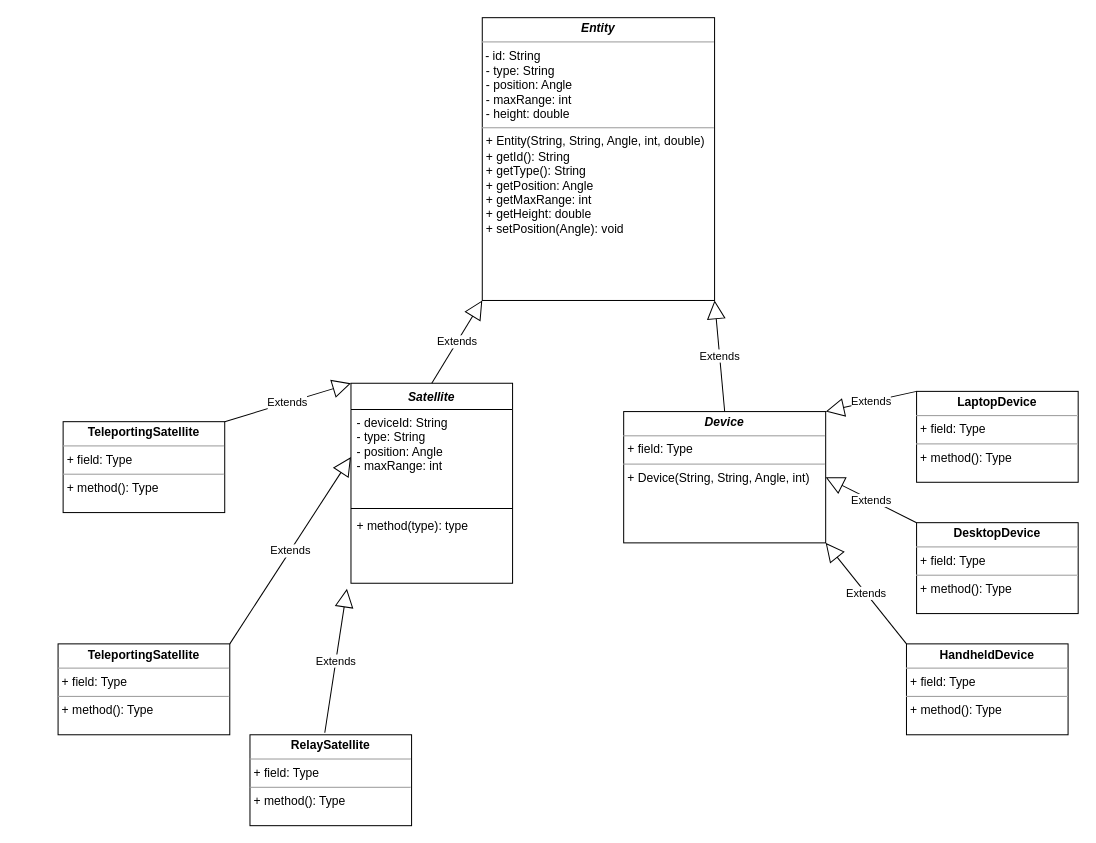
StevenM2002/COMP2511Ass1UML keeps this draw.io diagram as Untitled Diagram.drawio. Above is the earlier version. Source tidied: cells renumbered, new cells numbered last; positions are measured from the earlier drawing's top-left corner, leaving out a move shared by most shapes. Both pictures are drawn from the tidied source at 101%, with x=0, y=0 at pixel (58, 17).
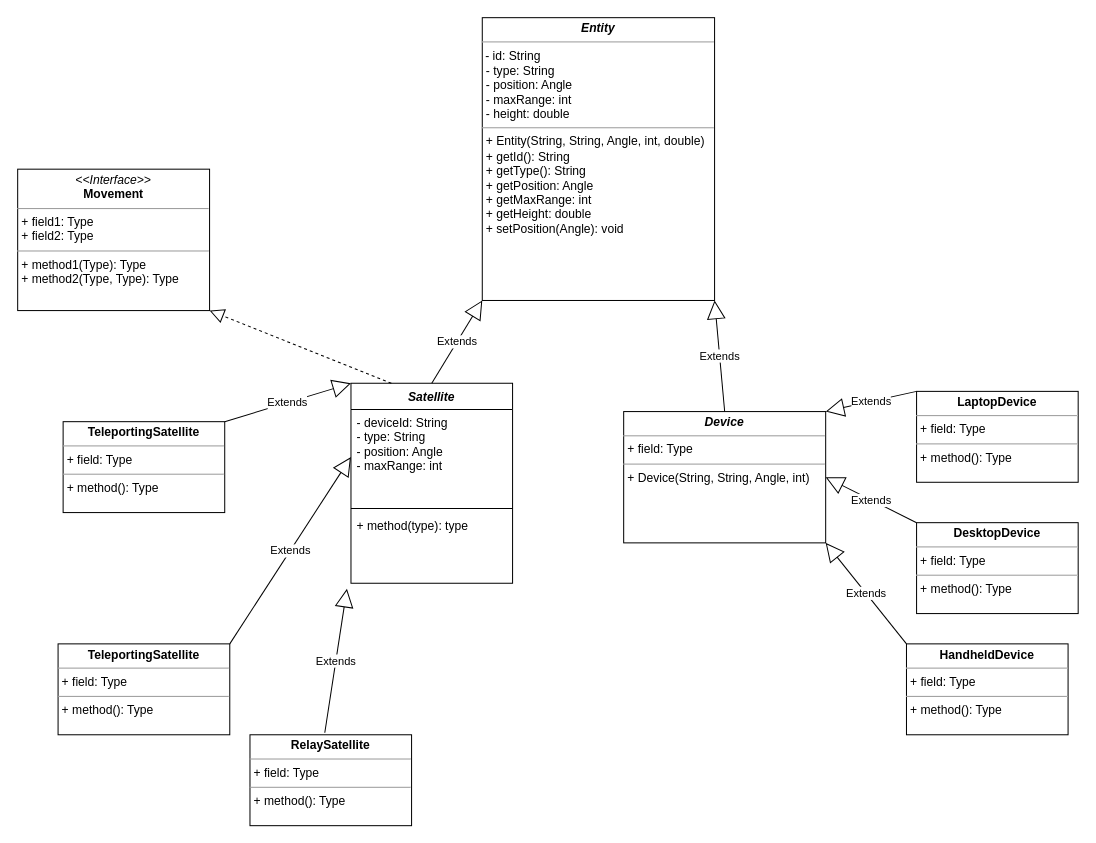
Above is the later version.

The change refers to these unchanged cells:
```xml
<mxCell id="2" value="Satellite" style="swimlane;fontStyle=3;align=center;verticalAlign=top;horizontal=1;startSize=26;" parent="1" vertex="1">
  <mxGeometry x="290" y="362" width="160" height="198" as="geometry" />
</mxCell>
```

The edit, as a diff of the source:
```diff
@@
+    <mxCell id="22" value="&lt;p style=&quot;margin:0px;margin-top:4px;text-align:center;&quot;&gt;&lt;i&gt;&amp;lt;&amp;lt;Interface&amp;gt;&amp;gt;&lt;/i&gt;&lt;br&gt;&lt;b&gt;Movement&lt;/b&gt;&lt;/p&gt;&lt;hr size=&quot;1&quot;&gt;&lt;p style=&quot;margin:0px;margin-left:4px;&quot;&gt;+ field1: Type&lt;br&gt;+ field2: Type&lt;/p&gt;&lt;hr size=&quot;1&quot;&gt;&lt;p style=&quot;margin:0px;margin-left:4px;&quot;&gt;+ method1(Type): Type&lt;br&gt;+ method2(Type, Type): Type&lt;/p&gt;" style="verticalAlign=top;align=left;overflow=fill;fontSize=12;fontFamily=Helvetica;html=1;" parent="1" vertex="1">
+      <mxGeometry x="-40" y="150" width="190" height="140" as="geometry" />
+    </mxCell>
+    <mxCell id="23" style="endArrow=block;dashed=1;endFill=0;endSize=12;html=1;rounded=0;exitX=0.25;exitY=0;exitDx=0;exitDy=0;entryX=1;entryY=1;entryDx=0;entryDy=0;" parent="1" edge="1" source="2" target="22">
+      <mxGeometry relative="1" as="geometry" />
+    </mxCell>
```
